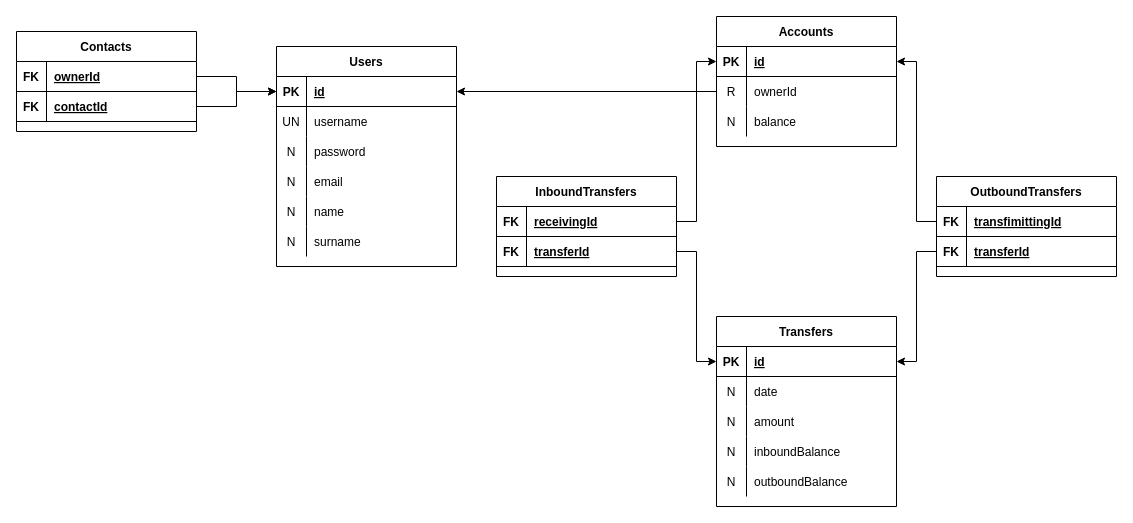
Earlier version of the draw.io diagram page "Logic" (2 of 2) of doc/db.drawio (alexbradd/tiw2022-es4). Source tidied: cells renumbered, new cells numbered last; positions are measured from the earlier drawing's top-left corner, leaving out a move shared by most shapes. Both pictures are drawn from the tidied source at 100%, with x=0, y=0 at pixel (16, 16).
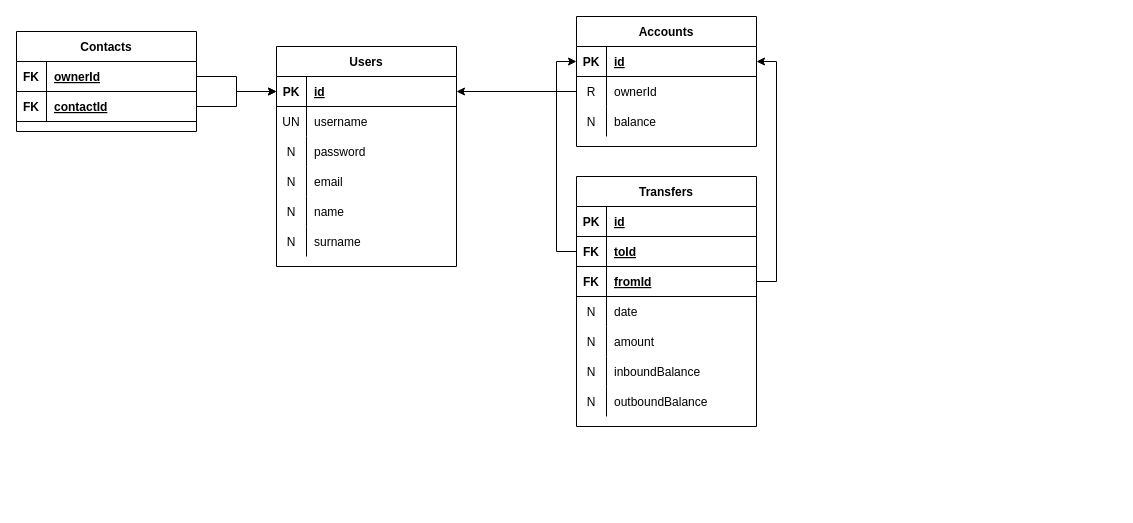
Above is the later version.

The change refers to these unchanged cells:
```xml
<mxCell id="31" style="shape=tableRow;horizontal=0;startSize=0;swimlaneHead=0;swimlaneBody=0;fillColor=none;points=[[0,0.5],[1,0.5]];portConstraint=eastwest;top=0;left=0;right=0;bottom=1;" parent="30" vertex="1">
  <mxGeometry y="30" width="180" height="30" as="geometry" />
</mxCell>
<mxCell id="49" style="shape=tableRow;horizontal=0;startSize=0;swimlaneHead=0;swimlaneBody=0;fillColor=none;points=[[0,0.5],[1,0.5]];portConstraint=eastwest;top=0;left=0;right=0;bottom=1;" parent="48" vertex="1">
  <mxGeometry y="30" width="180" height="30" as="geometry" />
</mxCell>
```

Diff of the diagram source:
```diff
@@
     <mxCell id="30" value="Accounts" style="shape=table;startSize=30;childLayout=tableLayout;rowLines=0;fontStyle=1;align=center;" parent="1" vertex="1">
-      <mxGeometry x="700" width="180" height="130" as="geometry" />
+      <mxGeometry x="560" width="180" height="130" as="geometry" />
     </mxCell>
@@
-    <mxCell id="41" value="InboundTransfers" style="shape=table;startSize=30;childLayout=tableLayout;rowLines=0;fontStyle=1;align=center;" parent="1" vertex="1">
-      <mxGeometry x="480" y="160" width="180" height="100" as="geometry" />
-    </mxCell>
-    <mxCell id="42" style="shape=tableRow;horizontal=0;startSize=0;swimlaneHead=0;swimlaneBody=0;fillColor=none;points=[[0,0.5],[1,0.5]];portConstraint=eastwest;top=0;left=0;right=0;bottom=1;" parent="41" vertex="1">
-      <mxGeometry y="30" width="180" height="30" as="geometry" />
-    </mxCell>
-    <mxCell id="43" value="FK" style="shape=partialRectangle;fillColor=none;top=0;left=0;bottom=0;right=0;fontStyle=1;overflow=hidden;" parent="42" vertex="1">
-      <mxGeometry width="30" height="30" as="geometry" />
-    </mxCell>
-    <mxCell id="44" value="receivingId" style="shape=partialRectangle;fillColor=none;top=0;left=0;bottom=0;right=0;align=left;spacingLeft=6;fontStyle=5;overflow=hidden;" parent="42" vertex="1">
-      <mxGeometry x="30" width="150" height="30" as="geometry" />
-    </mxCell>
-    <mxCell id="45" style="shape=tableRow;horizontal=0;startSize=0;swimlaneHead=0;swimlaneBody=0;fillColor=none;points=[[0,0.5],[1,0.5]];portConstraint=eastwest;top=0;left=0;right=0;bottom=1;" parent="41" vertex="1">
-      <mxGeometry y="60" width="180" height="30" as="geometry" />
-    </mxCell>
-    <mxCell id="46" value="FK" style="shape=partialRectangle;fillColor=none;top=0;left=0;bottom=0;right=0;fontStyle=1;overflow=hidden;" parent="45" vertex="1">
-      <mxGeometry width="30" height="30" as="geometry" />
-    </mxCell>
-    <mxCell id="47" value="transferId" style="shape=partialRectangle;fillColor=none;top=0;left=0;bottom=0;right=0;align=left;spacingLeft=6;fontStyle=5;overflow=hidden;" parent="45" vertex="1">
-      <mxGeometry x="30" width="150" height="30" as="geometry" />
-    </mxCell>
     <mxCell id="48" value="Transfers" style="shape=table;startSize=30;childLayout=tableLayout;rowLines=0;fontStyle=1;align=center;" parent="1" vertex="1">
-      <mxGeometry x="700" y="300" width="180" height="190" as="geometry" />
+      <mxGeometry x="560" y="160" width="180" height="250" as="geometry" />
     </mxCell>
@@
+    <mxCell id="42" style="shape=tableRow;horizontal=0;startSize=0;swimlaneHead=0;swimlaneBody=0;fillColor=none;points=[[0,0.5],[1,0.5]];portConstraint=eastwest;top=0;left=0;right=0;bottom=1;" parent="48" vertex="1">
+      <mxGeometry y="60" width="180" height="30" as="geometry" />
+    </mxCell>
+    <mxCell id="43" value="FK" style="shape=partialRectangle;fillColor=none;top=0;left=0;bottom=0;right=0;fontStyle=1;overflow=hidden;" parent="42" vertex="1">
+      <mxGeometry width="30" height="30" as="geometry" />
+    </mxCell>
+    <mxCell id="44" value="toId" style="shape=partialRectangle;fillColor=none;top=0;left=0;bottom=0;right=0;align=left;spacingLeft=6;fontStyle=5;overflow=hidden;" parent="42" vertex="1">
+      <mxGeometry x="30" width="150" height="30" as="geometry" />
+    </mxCell>
+    <mxCell id="67" style="shape=tableRow;horizontal=0;startSize=0;swimlaneHead=0;swimlaneBody=0;fillColor=none;points=[[0,0.5],[1,0.5]];portConstraint=eastwest;top=0;left=0;right=0;bottom=1;" parent="48" vertex="1">
+      <mxGeometry y="90" width="180" height="30" as="geometry" />
+    </mxCell>
+    <mxCell id="68" value="FK" style="shape=partialRectangle;fillColor=none;top=0;left=0;bottom=0;right=0;fontStyle=1;overflow=hidden;" parent="67" vertex="1">
+      <mxGeometry width="30" height="30" as="geometry" />
+    </mxCell>
+    <mxCell id="69" value="fromId" style="shape=partialRectangle;fillColor=none;top=0;left=0;bottom=0;right=0;align=left;spacingLeft=6;fontStyle=5;overflow=hidden;" parent="67" vertex="1">
+      <mxGeometry x="30" width="150" height="30" as="geometry" />
+    </mxCell>
     <mxCell id="52" style="shape=tableRow;horizontal=0;startSize=0;swimlaneHead=0;swimlaneBody=0;fillColor=none;top=0;left=0;right=0;bottom=0;" parent="48" vertex="1">
-      <mxGeometry y="60" width="180" height="30" as="geometry" />
+      <mxGeometry y="120" width="180" height="30" as="geometry" />
     </mxCell>
@@
     <mxCell id="55" style="shape=tableRow;horizontal=0;startSize=0;swimlaneHead=0;swimlaneBody=0;fillColor=none;top=0;left=0;right=0;bottom=0;" parent="48" vertex="1">
-      <mxGeometry y="90" width="180" height="30" as="geometry" />
+      <mxGeometry y="150" width="180" height="30" as="geometry" />
     </mxCell>
@@
     <mxCell id="58" style="shape=tableRow;horizontal=0;startSize=0;swimlaneHead=0;swimlaneBody=0;fillColor=none;top=0;left=0;right=0;bottom=0;" parent="48" vertex="1">
-      <mxGeometry y="120" width="180" height="30" as="geometry" />
+      <mxGeometry y="180" width="180" height="30" as="geometry" />
     </mxCell>
@@
     <mxCell id="61" style="shape=tableRow;horizontal=0;startSize=0;swimlaneHead=0;swimlaneBody=0;fillColor=none;top=0;left=0;right=0;bottom=0;" parent="48" vertex="1">
-      <mxGeometry y="150" width="180" height="30" as="geometry" />
+      <mxGeometry y="210" width="180" height="30" as="geometry" />
     </mxCell>
@@
-    <mxCell id="64" style="edgeStyle=orthogonalEdgeStyle;rounded=0;jettySize=auto;html=1;exitX=1;exitY=0.5;exitDx=0;exitDy=0;entryX=0;entryY=0.5;entryDx=0;entryDy=0;endArrow=classic;endFill=1;" parent="1" edge="1" source="42" target="31">
+    <mxCell id="64" style="edgeStyle=orthogonalEdgeStyle;rounded=0;jettySize=auto;html=1;entryX=0;entryY=0.5;entryDx=0;entryDy=0;endArrow=classic;endFill=1;exitX=0;exitY=0.5;exitDx=0;exitDy=0;" parent="1" edge="1" source="42" target="31">
       <mxGeometry relative="1" as="geometry" />
     </mxCell>
-    <mxCell id="65" style="edgeStyle=orthogonalEdgeStyle;rounded=0;jettySize=auto;html=1;exitX=1;exitY=0.5;exitDx=0;exitDy=0;entryX=0;entryY=0.5;entryDx=0;entryDy=0;endArrow=classic;endFill=1;" parent="1" edge="1" source="45" target="49">
-      <mxGeometry relative="1" as="geometry" />
-    </mxCell>
-    <mxCell id="66" value="OutboundTransfers" style="shape=table;startSize=30;childLayout=tableLayout;rowLines=0;fontStyle=1;align=center;" parent="1" vertex="1">
-      <mxGeometry x="920" y="160" width="180" height="100" as="geometry" />
-    </mxCell>
-    <mxCell id="67" style="shape=tableRow;horizontal=0;startSize=0;swimlaneHead=0;swimlaneBody=0;fillColor=none;points=[[0,0.5],[1,0.5]];portConstraint=eastwest;top=0;left=0;right=0;bottom=1;" parent="66" vertex="1">
-      <mxGeometry y="30" width="180" height="30" as="geometry" />
-    </mxCell>
-    <mxCell id="68" value="FK" style="shape=partialRectangle;fillColor=none;top=0;left=0;bottom=0;right=0;fontStyle=1;overflow=hidden;" parent="67" vertex="1">
-      <mxGeometry width="30" height="30" as="geometry" />
-    </mxCell>
-    <mxCell id="69" value="transfimittingId" style="shape=partialRectangle;fillColor=none;top=0;left=0;bottom=0;right=0;align=left;spacingLeft=6;fontStyle=5;overflow=hidden;" parent="67" vertex="1">
-      <mxGeometry x="30" width="150" height="30" as="geometry" />
-    </mxCell>
-    <mxCell id="70" style="shape=tableRow;horizontal=0;startSize=0;swimlaneHead=0;swimlaneBody=0;fillColor=none;points=[[0,0.5],[1,0.5]];portConstraint=eastwest;top=0;left=0;right=0;bottom=1;" parent="66" vertex="1">
-      <mxGeometry y="60" width="180" height="30" as="geometry" />
-    </mxCell>
-    <mxCell id="71" value="FK" style="shape=partialRectangle;fillColor=none;top=0;left=0;bottom=0;right=0;fontStyle=1;overflow=hidden;" parent="70" vertex="1">
-      <mxGeometry width="30" height="30" as="geometry" />
-    </mxCell>
-    <mxCell id="72" value="transferId" style="shape=partialRectangle;fillColor=none;top=0;left=0;bottom=0;right=0;align=left;spacingLeft=6;fontStyle=5;overflow=hidden;" parent="70" vertex="1">
-      <mxGeometry x="30" width="150" height="30" as="geometry" />
-    </mxCell>
-    <mxCell id="73" style="edgeStyle=orthogonalEdgeStyle;rounded=0;jettySize=auto;html=1;exitX=0;exitY=0.5;exitDx=0;exitDy=0;entryX=1;entryY=0.5;entryDx=0;entryDy=0;endArrow=classic;endFill=1;" parent="1" edge="1" source="70" target="49">
-      <mxGeometry relative="1" as="geometry" />
-    </mxCell>
-    <mxCell id="74" style="edgeStyle=orthogonalEdgeStyle;rounded=0;jettySize=auto;html=1;exitX=0;exitY=0.5;exitDx=0;exitDy=0;entryX=1;entryY=0.5;entryDx=0;entryDy=0;endArrow=classic;endFill=1;" parent="1" edge="1" source="67" target="31">
+    <mxCell id="74" style="edgeStyle=orthogonalEdgeStyle;rounded=0;jettySize=auto;html=1;entryX=1;entryY=0.5;entryDx=0;entryDy=0;endArrow=classic;endFill=1;exitX=1;exitY=0.5;exitDx=0;exitDy=0;" parent="1" edge="1" source="67" target="31">
       <mxGeometry relative="1" as="geometry" />
     </mxCell>
```
